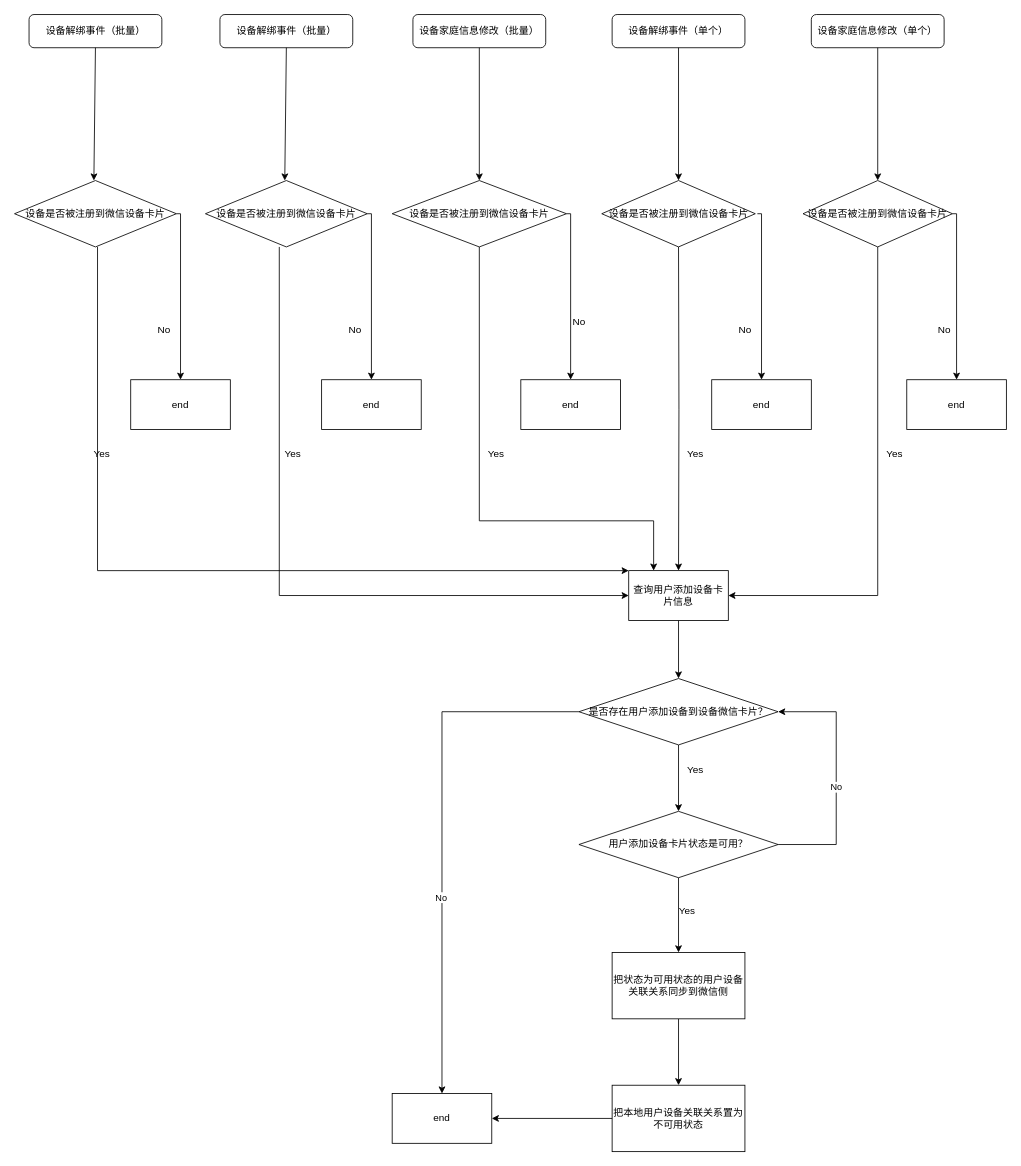
lizhenghui337/draw keeps this draw.io diagram as page "设备状态变更新" (4 of 4) of 注销后撤回或被驳回.drawio. Above is the earlier version. Source tidied: cells renumbered, new cells numbered last; positions are measured from the earlier drawing's top-left corner, leaving out a move shared by most shapes. Both pictures are drawn from the tidied source at 83%, with x=0, y=0 at pixel (14, 14).
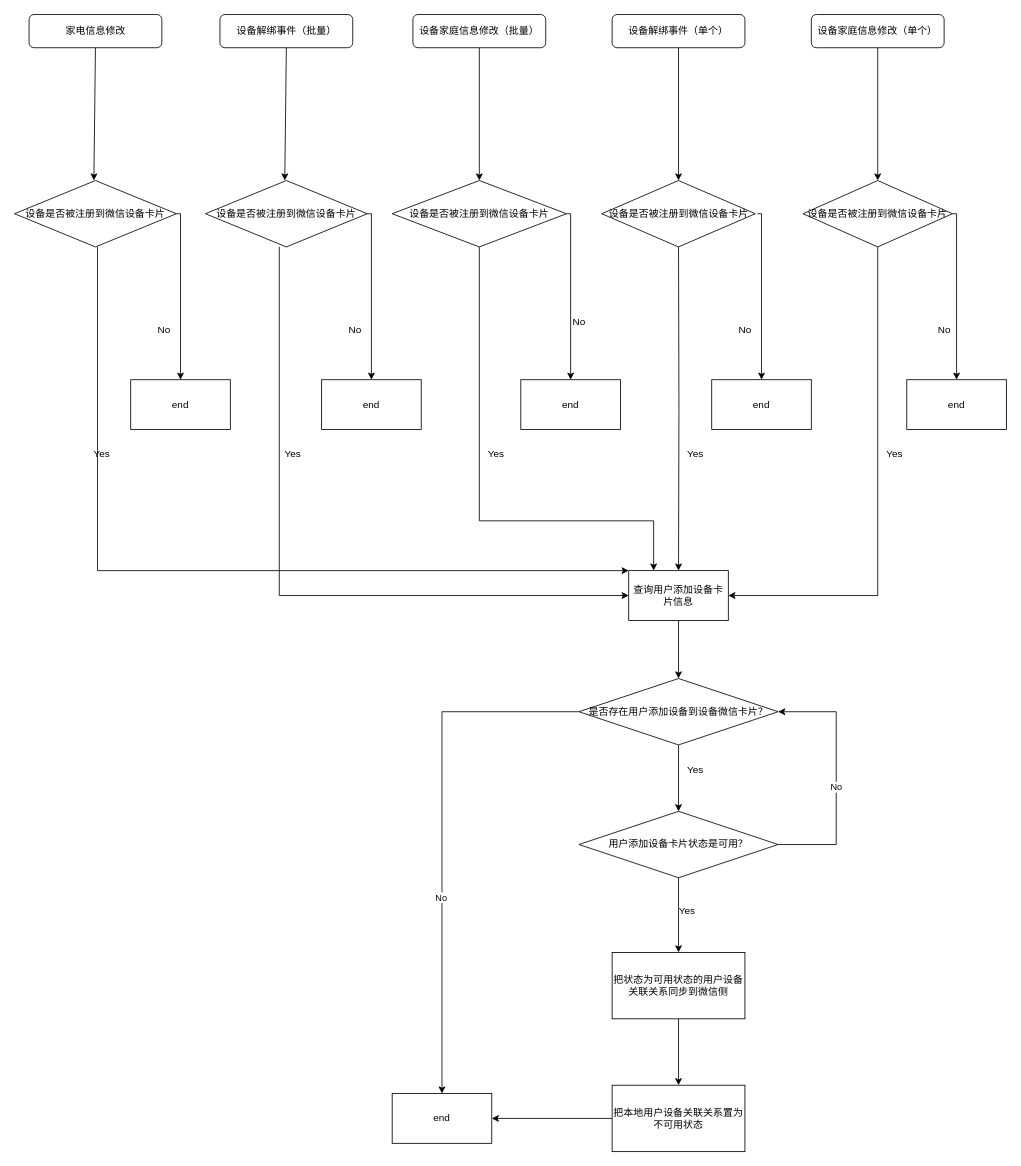
The same page after the edit.

Change to the diagram source:
```diff
@@
-    <mxCell id="50" value="设备解绑事件（批量）" style="rounded=1;whiteSpace=wrap;html=1;" parent="1" vertex="1">
+    <mxCell id="50" value="家电信息修改" style="rounded=1;whiteSpace=wrap;html=1;" parent="1" vertex="1">
       <mxGeometry x="17.5" width="160" height="40" as="geometry" />
     </mxCell>
```
